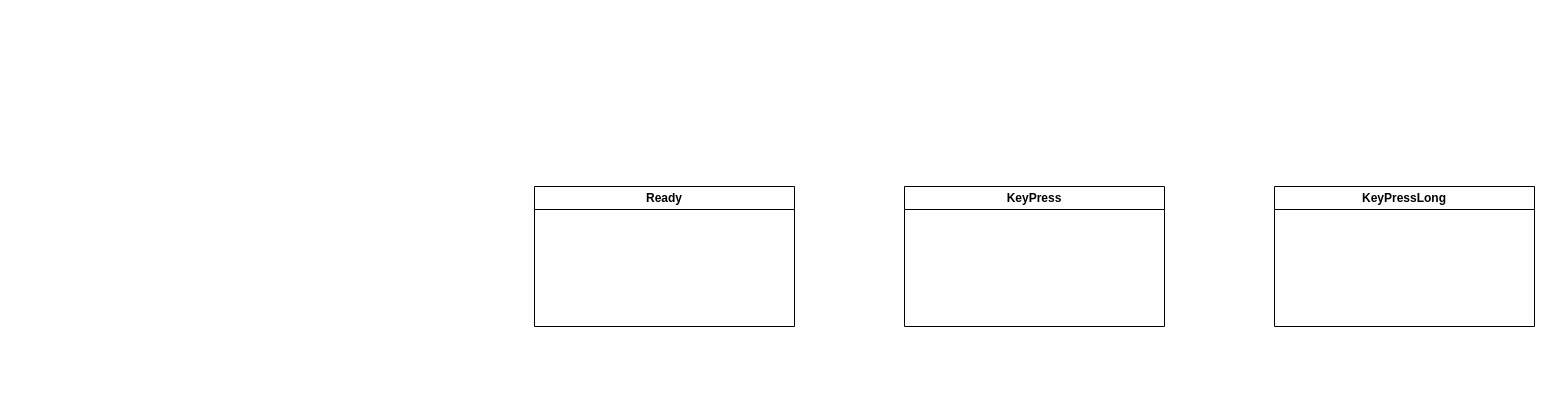
YukimuraChieri/SN8F5703-Frequency-Meter keeps this draw.io diagram as Document/系统状态机.drawio. Above is the earlier version. Source tidied: cells renumbered, new cells numbered last; positions are measured from the earlier drawing's top-left corner, leaving out a move shared by most shapes. Both pictures are drawn from the tidied source at 100%, with x=0, y=0 at pixel (534, 186).
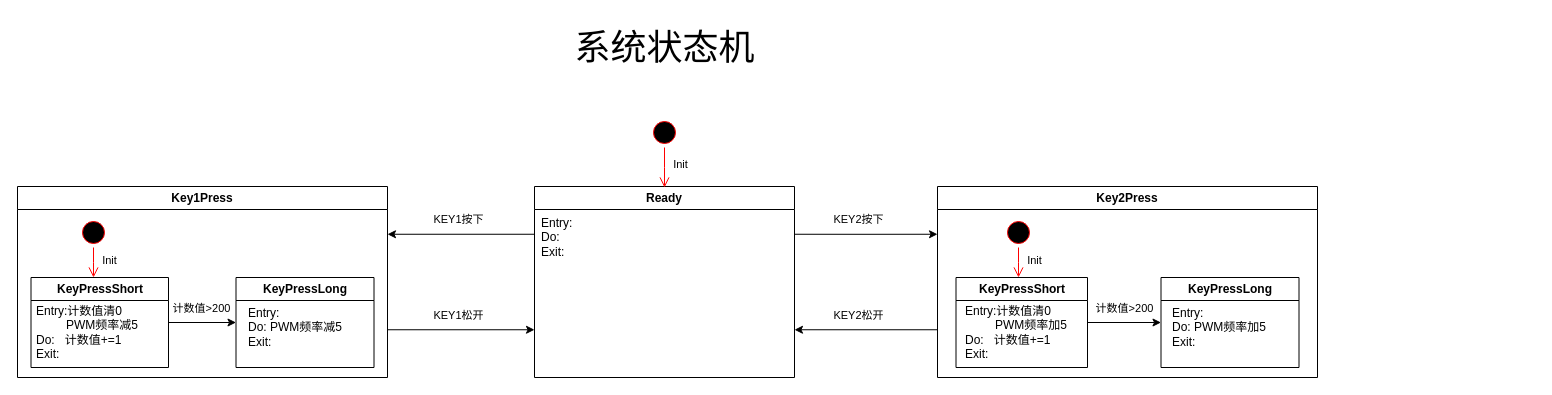
Above is the later version.

Change to the diagram source:
```diff
@@
+    <mxCell id="5" style="edgeStyle=orthogonalEdgeStyle;rounded=0;jettySize=auto;html=1;exitX=1;exitY=0.25;exitDx=0;exitDy=0;entryX=0;entryY=0.25;entryDx=0;entryDy=0;" parent="1" edge="1" source="2" target="12">
+      <mxGeometry relative="1" as="geometry" />
+    </mxCell>
+    <mxCell id="6" value="KEY2按下" style="edgeLabel;html=1;align=center;verticalAlign=middle;" parent="5" vertex="1">
+      <mxGeometry x="-0.2" y="1" relative="1" as="geometry">
+        <mxPoint x="6" y="-14" as="offset" />
+      </mxGeometry>
+    </mxCell>
+    <mxCell id="7" style="edgeStyle=orthogonalEdgeStyle;rounded=0;jettySize=auto;html=1;exitX=0;exitY=0.25;exitDx=0;exitDy=0;entryX=1;entryY=0.25;entryDx=0;entryDy=0;" parent="1" edge="1" source="2" target="24">
+      <mxGeometry relative="1" as="geometry" />
+    </mxCell>
+    <mxCell id="8" value="KEY1按下" style="edgeLabel;html=1;align=center;verticalAlign=middle;" parent="7" vertex="1">
+      <mxGeometry x="0.21" relative="1" as="geometry">
+        <mxPoint x="12" y="-15" as="offset" />
+      </mxGeometry>
+    </mxCell>
     <mxCell id="2" value="Ready" style="swimlane;whiteSpace=wrap;html=1;" parent="1" vertex="1">
-      <mxGeometry width="260" height="140" as="geometry" />
+      <mxGeometry width="260" height="191" as="geometry" />
     </mxCell>
+    <mxCell id="9" value="&lt;div align=&quot;left&quot;&gt;Entry:&lt;/div&gt;&lt;div align=&quot;left&quot;&gt;Do:&lt;/div&gt;&lt;div align=&quot;left&quot;&gt;Exit:&lt;br&gt;&lt;/div&gt;" style="text;html=1;align=left;verticalAlign=middle;strokeColor=none;fillColor=none;" parent="2" vertex="1">
+      <mxGeometry x="5" y="21" width="50" height="60" as="geometry" />
+    </mxCell>
+    <mxCell id="10" style="edgeStyle=orthogonalEdgeStyle;rounded=0;jettySize=auto;html=1;exitX=0;exitY=0.75;exitDx=0;exitDy=0;entryX=1;entryY=0.75;entryDx=0;entryDy=0;" parent="1" edge="1" source="12" target="2">
+      <mxGeometry relative="1" as="geometry" />
+    </mxCell>
+    <mxCell id="11" value="KEY2松开" style="edgeLabel;html=1;align=center;verticalAlign=middle;" parent="10" vertex="1">
+      <mxGeometry x="0.16" y="1" relative="1" as="geometry">
+        <mxPoint x="3" y="-16" as="offset" />
+      </mxGeometry>
+    </mxCell>
+    <mxCell id="12" value="Key2Press" style="swimlane;whiteSpace=wrap;html=1;startSize=23;" parent="1" vertex="1">
+      <mxGeometry x="403" width="380" height="191" as="geometry" />
+    </mxCell>
+    <mxCell id="13" value="KeyPressShort" style="swimlane;whiteSpace=wrap;html=1;" parent="12" vertex="1">
+      <mxGeometry x="18.5" y="91" width="131.5" height="90" as="geometry" />
+    </mxCell>
+    <mxCell id="14" value="&lt;div align=&quot;left&quot;&gt;Entry:计数值清0&lt;/div&gt;&lt;div align=&quot;left&quot;&gt;&amp;nbsp;&amp;nbsp;&amp;nbsp;&amp;nbsp;&amp;nbsp;&amp;nbsp;&amp;nbsp;&amp;nbsp; PWM频率加5&lt;/div&gt;&lt;div align=&quot;left&quot;&gt;Do:&amp;nbsp;&amp;nbsp; 计数值+=1&lt;/div&gt;&lt;div align=&quot;left&quot;&gt;Exit:&lt;br&gt;&lt;/div&gt;" style="text;html=1;align=left;verticalAlign=middle;strokeColor=none;fillColor=none;" parent="13" vertex="1">
+      <mxGeometry x="7.5" y="20" width="120" height="70" as="geometry" />
+    </mxCell>
+    <mxCell id="15" value="KeyPressLong" style="swimlane;whiteSpace=wrap;html=1;" parent="12" vertex="1">
+      <mxGeometry x="223.5" y="91" width="138" height="90" as="geometry" />
+    </mxCell>
+    <mxCell id="16" value="&lt;div align=&quot;left&quot;&gt;Entry:&lt;/div&gt;&lt;div align=&quot;left&quot;&gt;Do: PWM频率加5&lt;/div&gt;&lt;div align=&quot;left&quot;&gt;Exit:&lt;br&gt;&lt;/div&gt;" style="text;html=1;align=left;verticalAlign=middle;strokeColor=none;fillColor=none;" parent="15" vertex="1">
+      <mxGeometry x="9" y="20" width="120" height="60" as="geometry" />
+    </mxCell>
+    <mxCell id="17" style="edgeStyle=orthogonalEdgeStyle;rounded=0;jettySize=auto;html=1;exitX=1;exitY=0.5;exitDx=0;exitDy=0;entryX=0;entryY=0.5;entryDx=0;entryDy=0;" parent="12" edge="1" source="13" target="15">
+      <mxGeometry relative="1" as="geometry" />
+    </mxCell>
+    <mxCell id="18" value="计数值&amp;gt;200" style="edgeLabel;html=1;align=center;verticalAlign=middle;" parent="17" vertex="1">
+      <mxGeometry x="0.17" y="1" relative="1" as="geometry">
+        <mxPoint x="-7" y="-14" as="offset" />
+      </mxGeometry>
+    </mxCell>
+    <mxCell id="19" style="ellipse;html=1;shape=startState;fillColor=#000000;strokeColor=#ff0000;" parent="12" vertex="1">
+      <mxGeometry x="66" y="31" width="30" height="30" as="geometry" />
+    </mxCell>
+    <mxCell id="20" style="edgeStyle=orthogonalEdgeStyle;html=1;verticalAlign=bottom;endArrow=open;endSize=8;strokeColor=#ff0000;rounded=0;" parent="12" edge="1" source="19">
+      <mxGeometry relative="1" as="geometry">
+        <mxPoint x="81" y="91" as="targetPoint" />
+      </mxGeometry>
+    </mxCell>
+    <mxCell id="21" value="Init" style="edgeLabel;html=1;align=center;verticalAlign=middle;" parent="20" vertex="1">
+      <mxGeometry x="-0.23" y="-1" relative="1" as="geometry">
+        <mxPoint x="16" as="offset" />
+      </mxGeometry>
+    </mxCell>
+    <mxCell id="22" style="edgeStyle=orthogonalEdgeStyle;rounded=0;jettySize=auto;html=1;exitX=1;exitY=0.75;exitDx=0;exitDy=0;entryX=0;entryY=0.75;entryDx=0;entryDy=0;" parent="1" edge="1" source="24" target="2">
+      <mxGeometry relative="1" as="geometry" />
+    </mxCell>
+    <mxCell id="23" value="KEY1松开" style="edgeLabel;html=1;align=center;verticalAlign=middle;" parent="22" vertex="1">
+      <mxGeometry x="-0.25" y="-1" relative="1" as="geometry">
+        <mxPoint x="15" y="-16" as="offset" />
+      </mxGeometry>
+    </mxCell>
+    <mxCell id="24" value="Key1Press" style="swimlane;whiteSpace=wrap;html=1;" parent="1" vertex="1">
+      <mxGeometry x="-517" width="370" height="191" as="geometry" />
+    </mxCell>
-    <mxCell id="3" value="KeyPress" style="swimlane;whiteSpace=wrap;html=1;" parent="1" vertex="1">
-      <mxGeometry x="370" width="260" height="140" as="geometry" />
+    <mxCell id="3" value="KeyPressShort" style="swimlane;whiteSpace=wrap;html=1;" parent="24" vertex="1">
+      <mxGeometry x="13.5" y="91" width="137.5" height="90" as="geometry" />
     </mxCell>
+    <mxCell id="25" value="&lt;div align=&quot;left&quot;&gt;Entry:计数值清0&lt;/div&gt;&lt;div align=&quot;left&quot;&gt;&lt;span style=&quot;white-space: pre;&quot;&gt;&#9;&lt;/span&gt; PWM频率减5&lt;/div&gt;&lt;div align=&quot;left&quot;&gt;Do:&amp;nbsp;&amp;nbsp; 计数值+=1&lt;/div&gt;&lt;div align=&quot;left&quot;&gt;Exit:&lt;br&gt;&lt;/div&gt;" style="text;html=1;align=left;verticalAlign=middle;strokeColor=none;fillColor=none;" parent="3" vertex="1">
+      <mxGeometry x="3.8" y="20" width="120" height="70" as="geometry" />
+    </mxCell>
-    <mxCell id="4" value="KeyPressLong" style="swimlane;whiteSpace=wrap;html=1;" parent="1" vertex="1">
-      <mxGeometry x="740" width="260" height="140" as="geometry" />
+    <mxCell id="4" value="KeyPressLong" style="swimlane;whiteSpace=wrap;html=1;" parent="24" vertex="1">
+      <mxGeometry x="218.5" y="91" width="138" height="90" as="geometry" />
     </mxCell>
+    <mxCell id="26" value="&lt;div align=&quot;left&quot;&gt;Entry:&lt;/div&gt;&lt;div align=&quot;left&quot;&gt;Do: PWM频率减5&lt;/div&gt;&lt;div align=&quot;left&quot;&gt;Exit:&lt;br&gt;&lt;/div&gt;" style="text;html=1;align=left;verticalAlign=middle;strokeColor=none;fillColor=none;" parent="4" vertex="1">
+      <mxGeometry x="10" y="20" width="120" height="60" as="geometry" />
+    </mxCell>
+    <mxCell id="27" style="edgeStyle=orthogonalEdgeStyle;rounded=0;jettySize=auto;html=1;exitX=1;exitY=0.5;exitDx=0;exitDy=0;entryX=0;entryY=0.5;entryDx=0;entryDy=0;" parent="24" edge="1" source="3" target="4">
+      <mxGeometry relative="1" as="geometry" />
+    </mxCell>
+    <mxCell id="28" value="计数值&amp;gt;200" style="edgeLabel;html=1;align=center;verticalAlign=middle;" parent="27" vertex="1">
+      <mxGeometry x="0.17" y="1" relative="1" as="geometry">
+        <mxPoint x="-7" y="-14" as="offset" />
+      </mxGeometry>
+    </mxCell>
+    <mxCell id="29" style="ellipse;html=1;shape=startState;fillColor=#000000;strokeColor=#ff0000;" parent="24" vertex="1">
+      <mxGeometry x="61" y="31" width="30" height="30" as="geometry" />
+    </mxCell>
+    <mxCell id="30" style="edgeStyle=orthogonalEdgeStyle;html=1;verticalAlign=bottom;endArrow=open;endSize=8;strokeColor=#ff0000;rounded=0;" parent="24" edge="1" source="29">
+      <mxGeometry relative="1" as="geometry">
+        <mxPoint x="76" y="91" as="targetPoint" />
+      </mxGeometry>
+    </mxCell>
+    <mxCell id="31" value="Init" style="edgeLabel;html=1;align=center;verticalAlign=middle;" parent="30" vertex="1">
+      <mxGeometry x="-0.23" y="-1" relative="1" as="geometry">
+        <mxPoint x="16" as="offset" />
+      </mxGeometry>
+    </mxCell>
+    <mxCell id="32" style="ellipse;html=1;shape=startState;fillColor=#000000;strokeColor=#ff0000;" parent="1" vertex="1">
+      <mxGeometry x="115" y="-69" width="30" height="30" as="geometry" />
+    </mxCell>
+    <mxCell id="33" style="edgeStyle=orthogonalEdgeStyle;html=1;verticalAlign=bottom;endArrow=open;endSize=8;strokeColor=#ff0000;rounded=0;" parent="1" edge="1" source="32">
+      <mxGeometry relative="1" as="geometry">
+        <mxPoint x="130" y="1" as="targetPoint" />
+      </mxGeometry>
+    </mxCell>
+    <mxCell id="34" value="Init" style="edgeLabel;html=1;align=center;verticalAlign=middle;" parent="33" vertex="1">
+      <mxGeometry x="-0.21" y="-1" relative="1" as="geometry">
+        <mxPoint x="16" as="offset" />
+      </mxGeometry>
+    </mxCell>
+    <mxCell id="35" value="&lt;font style=&quot;font-size: 36px;&quot;&gt;系统状态机&lt;font&gt;&lt;br&gt;&lt;/font&gt;&lt;/font&gt;" style="text;html=1;align=center;verticalAlign=middle;strokeColor=none;fillColor=none;" parent="1" vertex="1">
+      <mxGeometry x="30" y="-169" width="200" height="60" as="geometry" />
+    </mxCell>
```
